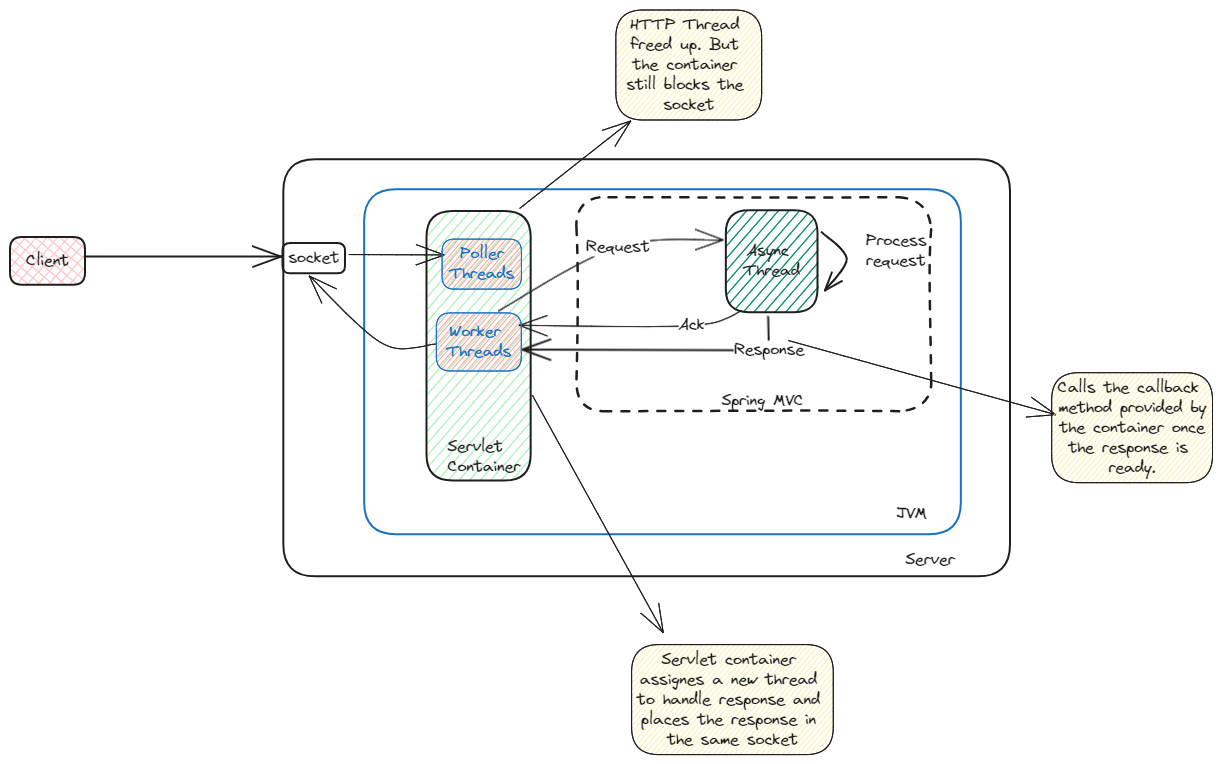
Above: static/img/async-http-servlets.excalidraw.png in swaroopar/inprogress-engineer (Excalidraw), before the change. Source tidied: one line per element, renumbered; positions are measured from the earlier drawing's top-left corner, leaving out a move shared by most shapes.
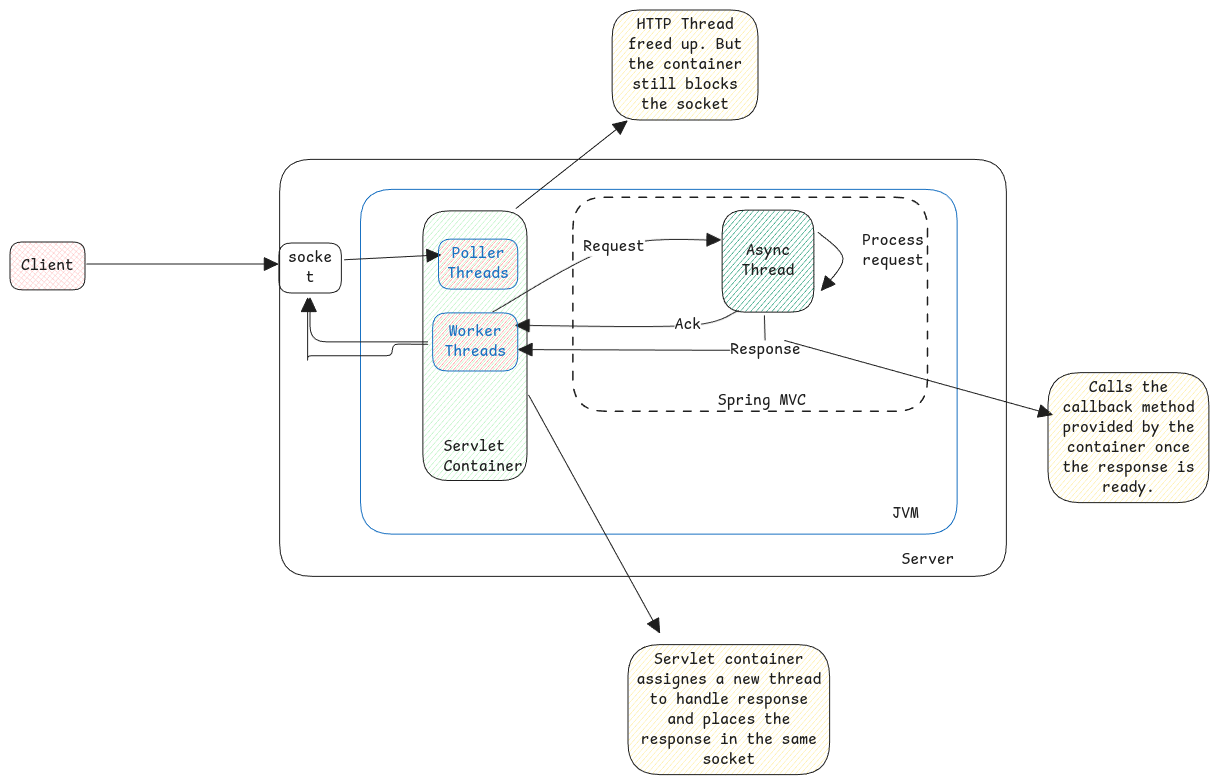
The same diagram one commit later.

Change to the diagram source:
```diff
@@ -1,38 +1,38 @@
-{"id": 0, "type": "rectangle", "strokeColor": "#1e1e1e", "backgroundColor": "#ffc9c9", "fillStyle": "cross-hatch", "strokeWidth": 2, "roughness": 0, "round": true, "x": 0, "y": 227, "width": 75, "height": 48}
+{"id": 0, "type": "rectangle", "strokeColor": "#1e1e1e", "backgroundColor": "#ffc9c9", "fillStyle": "cross-hatch", "strokeWidth": 1, "roughness": 0, "round": true, "x": 4, "y": 232, "width": 75, "height": 48}
-{"id": 1, "type": "text", "text": "Client", "strokeColor": "#1e1e1e", "strokeWidth": 2, "roughness": 1, "fontSize": 16, "fontFamily": 1, "textAlign": "center", "verticalAlign": "middle", "inside": 0, "x": 16, "y": 241, "width": 43, "height": 20}
+{"id": 1, "type": "text", "text": "Client", "strokeColor": "#1e1e1e", "strokeWidth": 2, "roughness": 1, "fontSize": 16, "fontFamily": 8, "textAlign": "center", "verticalAlign": "middle", "inside": 0, "x": 15, "y": 246, "width": 53, "height": 20}
-{"id": 2, "type": "rectangle", "strokeColor": "#1e1e1e", "backgroundColor": "#b2f2bb", "fillStyle": "hachure", "strokeWidth": 2, "roughness": 0, "round": true, "x": 416, "y": 201, "width": 104, "height": 270}
+{"id": 2, "type": "rectangle", "strokeColor": "#1e1e1e", "backgroundColor": "#b2f2bb", "fillStyle": "hachure", "strokeWidth": 1, "roughness": 0, "round": true, "x": 416, "y": 201, "width": 104, "height": 270}
-{"id": 3, "type": "text", "text": "Servlet\nContainer", "strokeColor": "#1e1e1e", "strokeWidth": 2, "roughness": 0, "fontSize": 16, "fontFamily": 1, "x": 437, "y": 427, "width": 73, "height": 40}
+{"id": 3, "type": "text", "text": "Servlet\nContainer", "strokeColor": "#1e1e1e", "strokeWidth": 1, "roughness": 0, "fontSize": 16, "fontFamily": 8, "x": 437, "y": 427, "width": 79, "height": 40}
-{"id": 4, "type": "rectangle", "strokeColor": "#1e1e1e", "backgroundColor": "#099268", "fillStyle": "hachure", "strokeWidth": 2, "roughness": 0, "round": true, "x": 716, "y": 200, "width": 92, "height": 102}
+{"id": 4, "type": "rectangle", "strokeColor": "#1e1e1e", "backgroundColor": "#099268", "fillStyle": "hachure", "strokeWidth": 1, "roughness": 0, "round": true, "x": 716, "y": 200, "width": 92, "height": 102}
-{"id": 5, "type": "text", "text": "Async \nThread", "strokeColor": "#1e1e1e", "strokeWidth": 2, "roughness": 1, "fontSize": 16, "fontFamily": 1, "textAlign": "center", "verticalAlign": "middle", "inside": 4, "x": 734, "y": 231, "width": 56, "height": 40}
+{"id": 5, "type": "text", "text": "Async\nThread", "strokeColor": "#1e1e1e", "strokeWidth": 2, "roughness": 1, "fontSize": 16, "fontFamily": 8, "textAlign": "center", "verticalAlign": "middle", "inside": 4, "x": 735, "y": 231, "width": 53, "height": 40}
-{"id": 6, "type": "arrow", "strokeColor": "#1e1e1e", "strokeWidth": 1, "roughness": 0, "endArrowhead": "arrow", "round": true, "from": 34, "to": 4, "x": 488, "y": 301, "width": 226, "height": 71, "points": [[0, 0], [120, -64], [226, -71]]}
+{"id": 6, "type": "arrow", "strokeColor": "#1e1e1e", "strokeWidth": 1, "roughness": 0, "endArrowhead": "triangle", "round": true, "from": 34, "to": 4, "x": 486, "y": 302, "width": 228, "height": 72, "points": [[0, 0], [122, -65], [228, -72]]}
-{"id": 7, "type": "text", "text": "Request", "strokeColor": "#1e1e1e", "strokeWidth": 2, "roughness": 1, "fontSize": 16, "fontFamily": 1, "textAlign": "center", "verticalAlign": "middle", "inside": 6, "x": 585, "y": 221, "width": 64, "height": 20}
+{"id": 7, "type": "text", "text": "Request", "strokeColor": "#1e1e1e", "strokeWidth": 2, "roughness": 1, "fontSize": 16, "fontFamily": 8, "textAlign": "center", "verticalAlign": "middle", "inside": 6, "x": 577, "y": 227, "width": 62, "height": 20}
-{"id": 8, "type": "rectangle", "strokeColor": "#1971c2", "strokeWidth": 2, "roughness": 0, "round": true, "x": 354, "y": 179, "width": 597, "height": 345}
+{"id": 8, "type": "rectangle", "strokeColor": "#1971c2", "strokeWidth": 1, "roughness": 0, "round": true, "x": 354, "y": 179, "width": 597, "height": 345}
-{"id": 9, "type": "text", "text": "JVM", "strokeColor": "#1e1e1e", "strokeWidth": 2, "roughness": 0, "fontSize": 16, "fontFamily": 1, "x": 886, "y": 494, "width": 31, "height": 20}
+{"id": 9, "type": "text", "text": "JVM", "strokeColor": "#1e1e1e", "strokeWidth": 1, "roughness": 0, "fontSize": 16, "fontFamily": 8, "x": 886, "y": 494, "width": 26, "height": 20}
-{"id": 10, "type": "rectangle", "strokeColor": "#1e1e1e", "strokeWidth": 2, "roughness": 0, "round": true, "x": 273, "y": 149, "width": 727, "height": 417}
+{"id": 10, "type": "rectangle", "strokeColor": "#1e1e1e", "strokeWidth": 1, "roughness": 0, "round": true, "x": 273, "y": 149, "width": 727, "height": 417}
-{"id": 11, "type": "text", "text": "Server", "strokeColor": "#1e1e1e", "strokeWidth": 2, "roughness": 0, "fontSize": 16, "fontFamily": 1, "x": 895, "y": 540, "width": 49, "height": 20}
+{"id": 11, "type": "text", "text": "Server", "strokeColor": "#1e1e1e", "strokeWidth": 1, "roughness": 0, "fontSize": 16, "fontFamily": 8, "x": 895, "y": 540, "width": 53, "height": 20}
-{"id": 12, "type": "rectangle", "strokeColor": "#1e1e1e", "strokeWidth": 2, "roughness": 0, "round": true, "x": 272, "y": 233, "width": 62, "height": 30}
+{"id": 12, "type": "rectangle", "strokeColor": "#1e1e1e", "strokeWidth": 1, "roughness": 0, "round": true, "x": 272, "y": 233, "width": 62, "height": 50}
-{"id": 13, "type": "text", "text": "socket", "strokeColor": "#1e1e1e", "strokeWidth": 2, "roughness": 1, "fontSize": 16, "fontFamily": 1, "textAlign": "center", "verticalAlign": "middle", "inside": 12, "x": 278, "y": 238, "width": 51, "height": 20}
+{"id": 13, "type": "text", "text": "socke\nt", "strokeColor": "#1e1e1e", "strokeWidth": 2, "roughness": 1, "fontSize": 16, "fontFamily": 8, "textAlign": "center", "verticalAlign": "middle", "inside": 12, "x": 282, "y": 238, "width": 44, "height": 40}
-{"id": 14, "type": "arrow", "strokeColor": "#1e1e1e", "strokeWidth": 2, "roughness": 0, "endArrowhead": "arrow", "round": true, "to": 12, "x": 75, "y": 247, "width": 197, "height": 0, "points": [[0, 0], [197, 0]]}
+{"id": 14, "type": "arrow", "strokeColor": "#1e1e1e", "strokeWidth": 1, "roughness": 0, "endArrowhead": "triangle", "round": true, "to": 12, "x": 80, "y": 254, "width": 191, "height": 0, "points": [[0, 0], [191, 0]]}
-{"id": 15, "type": "arrow", "strokeColor": "#1e1e1e", "strokeWidth": 2, "roughness": 0, "endArrowhead": "arrow", "round": true, "from": 4, "to": 4, "x": 812, "y": 222, "width": 25, "height": 58, "points": [[0, 0], [25, 26], [3, 58]]}
+{"id": 15, "type": "arrow", "strokeColor": "#1e1e1e", "strokeWidth": 1, "roughness": 0, "endArrowhead": "triangle", "round": true, "from": 4, "to": 4, "x": 812, "y": 222, "width": 25, "height": 58, "points": [[0, 0], [25, 26], [3, 58]]}
-{"id": 16, "type": "text", "text": "Process\nrequest", "strokeColor": "#1e1e1e", "strokeWidth": 2, "roughness": 0, "fontSize": 16, "fontFamily": 1, "x": 856, "y": 221, "width": 60, "height": 40}
+{"id": 16, "type": "text", "text": "Process\nrequest", "strokeColor": "#1e1e1e", "strokeWidth": 1, "roughness": 0, "fontSize": 16, "fontFamily": 8, "x": 856, "y": 221, "width": 62, "height": 40}
-{"id": 17, "type": "arrow", "strokeColor": "#1e1e1e", "strokeWidth": 2, "roughness": 0, "endArrowhead": "arrow", "from": 4, "to": 34, "x": 758, "y": 307, "width": 247, "height": 34, "points": [[0, 0], [1, 34], [-246, 33]]}
+{"id": 17, "type": "arrow", "strokeColor": "#1e1e1e", "strokeWidth": 1, "roughness": 0, "endArrowhead": "triangle", "from": 4, "to": 34, "x": 758, "y": 306, "width": 247, "height": 35, "points": [[0, 0], [1, 35], [-246, 34]]}
-{"id": 18, "type": "text", "text": "Response", "strokeColor": "#1e1e1e", "strokeWidth": 2, "roughness": 1, "fontSize": 16, "fontFamily": 1, "textAlign": "center", "verticalAlign": "middle", "inside": 17, "x": 733, "y": 373, "width": 70, "height": 20}
+{"id": 18, "type": "text", "text": "Response", "strokeColor": "#1e1e1e", "strokeWidth": 2, "roughness": 1, "fontSize": 16, "fontFamily": 8, "textAlign": "center", "verticalAlign": "middle", "inside": 17, "x": 724, "y": 330, "width": 70, "height": 20}
-{"id": 19, "type": "arrow", "strokeColor": "#1e1e1e", "strokeWidth": 1, "roughness": 0, "endArrowhead": "arrow", "round": true, "x": 732, "y": 300, "width": 223, "height": 15, "points": [[0, 0], [-51, 15], [-223, 15]]}
+{"id": 19, "type": "arrow", "strokeColor": "#1e1e1e", "strokeWidth": 1, "roughness": 0, "endArrowhead": "triangle", "round": true, "x": 732, "y": 300, "width": 223, "height": 15, "points": [[0, 0], [-51, 15], [-223, 15]]}
-{"id": 20, "type": "text", "text": "Ack", "strokeColor": "#1e1e1e", "strokeWidth": 1, "roughness": 1, "fontSize": 16, "fontFamily": 1, "textAlign": "center", "verticalAlign": "middle", "inside": 19, "x": 605, "y": 249, "width": 26, "height": 20}
+{"id": 20, "type": "text", "text": "Ack", "strokeColor": "#1e1e1e", "strokeWidth": 1, "roughness": 1, "fontSize": 16, "fontFamily": 8, "textAlign": "center", "verticalAlign": "middle", "inside": 19, "x": 668, "y": 305, "width": 26, "height": 20}
-{"id": 21, "type": "arrow", "strokeColor": "#1e1e1e", "strokeWidth": 1, "roughness": 0, "endArrowhead": "arrow", "round": true, "from": 12, "x": 339, "y": 245, "width": 95, "height": 0, "points": [[0, 0], [95, 0]]}
+{"id": 21, "type": "arrow", "strokeColor": "#1e1e1e", "strokeWidth": 1, "roughness": 0, "endArrowhead": "triangle", "round": true, "from": 12, "x": 338, "y": 250, "width": 96, "height": 5, "points": [[0, 0], [96, -5]]}
-{"id": 22, "type": "arrow", "strokeColor": "#1e1e1e", "strokeWidth": 1, "roughness": 0, "endArrowhead": "arrow", "round": true, "from": 34, "to": 12, "x": 426, "y": 334, "width": 127, "height": 68, "points": [[0, 0], [-53, -1], [-127, -68]]}
-{"id": 23, "type": "arrow", "strokeColor": "#1e1e1e", "strokeWidth": 1, "roughness": 0, "endArrowhead": "arrow", "round": true, "from": 2, "to": 24, "x": 510, "y": 198, "width": 111, "height": 87, "points": [[0, 0], [111, -87]]}
+{"id": 23, "type": "arrow", "strokeColor": "#1e1e1e", "strokeWidth": 1, "roughness": 0, "endArrowhead": "triangle", "round": true, "from": 2, "to": 24, "x": 510, "y": 198, "width": 111, "height": 87, "points": [[0, 0], [111, -87]]}
 {"id": 24, "type": "rectangle", "strokeColor": "#1e1e1e", "backgroundColor": "#ffec99", "fillStyle": "hachure", "strokeWidth": 1, "roughness": 0, "round": true, "x": 606, "y": 0, "width": 146, "height": 110}
-{"id": 25, "type": "text", "text": "HTTP Thread \nfreed up. But \nthe container \nstill blocks the \nsocket", "strokeColor": "#1e1e1e", "strokeWidth": 1, "roughness": 1, "fontSize": 16, "fontFamily": 1, "textAlign": "center", "verticalAlign": "middle", "inside": 24, "x": 616, "y": 5, "width": 125, "height": 100}
+{"id": 25, "type": "text", "text": "HTTP Thread\nfreed up. But\nthe container\nstill blocks\nthe socket", "strokeColor": "#1e1e1e", "strokeWidth": 1, "roughness": 1, "fontSize": 16, "fontFamily": 8, "textAlign": "center", "verticalAlign": "middle", "inside": 24, "x": 622, "y": 5, "width": 114, "height": 100}
-{"id": 26, "type": "arrow", "strokeColor": "#1e1e1e", "strokeWidth": 1, "roughness": 0, "endArrowhead": "arrow", "round": true, "x": 778, "y": 331, "width": 268, "height": 74, "points": [[0, 0], [268, 74]]}
+{"id": 26, "type": "arrow", "strokeColor": "#1e1e1e", "strokeWidth": 1, "roughness": 0, "endArrowhead": "triangle", "round": true, "x": 778, "y": 331, "width": 268, "height": 74, "points": [[0, 0], [268, 74]]}
-{"id": 27, "type": "rectangle", "strokeColor": "#1e1e1e", "backgroundColor": "#ffec99", "fillStyle": "hachure", "strokeWidth": 1, "roughness": 0, "round": true, "x": 1042, "y": 363, "width": 161, "height": 110}
+{"id": 27, "type": "rectangle", "strokeColor": "#1e1e1e", "backgroundColor": "#ffec99", "fillStyle": "hachure", "strokeWidth": 1, "roughness": 0, "round": true, "x": 1042, "y": 363, "width": 161, "height": 130}
-{"id": 28, "type": "text", "text": "Calls the callback \nmethod provided by\nthe container once\nthe response is \nready.", "strokeColor": "#1e1e1e", "strokeWidth": 1, "roughness": 1, "fontSize": 16, "fontFamily": 1, "textAlign": "center", "verticalAlign": "middle", "inside": 27, "x": 1047, "y": 368, "width": 150, "height": 100}
+{"id": 28, "type": "text", "text": "Calls the\ncallback method\nprovided by the\ncontainer once\nthe response is\nready.", "strokeColor": "#1e1e1e", "strokeWidth": 1, "roughness": 1, "fontSize": 16, "fontFamily": 8, "textAlign": "center", "verticalAlign": "middle", "inside": 27, "x": 1056, "y": 368, "width": 132, "height": 120}
-{"id": 29, "type": "arrow", "strokeColor": "#1e1e1e", "strokeWidth": 1, "roughness": 0, "endArrowhead": "arrow", "round": true, "from": 2, "to": 30, "x": 522, "y": 385, "width": 131, "height": 238, "points": [[0, 0], [131, 238]]}
+{"id": 29, "type": "arrow", "strokeColor": "#1e1e1e", "strokeWidth": 1, "roughness": 0, "endArrowhead": "triangle", "round": true, "from": 2, "to": 30, "x": 522, "y": 385, "width": 131, "height": 238, "points": [[0, 0], [131, 238]]}
-{"id": 30, "type": "rectangle", "strokeColor": "#1e1e1e", "backgroundColor": "#ffec99", "fillStyle": "hachure", "strokeWidth": 1, "roughness": 0, "round": true, "x": 622, "y": 635, "width": 202, "height": 110}
+{"id": 30, "type": "rectangle", "strokeColor": "#1e1e1e", "backgroundColor": "#ffec99", "fillStyle": "hachure", "strokeWidth": 1, "roughness": 0, "round": true, "x": 622, "y": 635, "width": 202, "height": 130}
-{"id": 31, "type": "text", "text": "Servlet container \nassignes a new thread \nto handle response and \nplaces the response in \nthe same socket", "strokeColor": "#1e1e1e", "strokeWidth": 1, "roughness": 0, "fontSize": 16, "fontFamily": 1, "textAlign": "center", "verticalAlign": "middle", "inside": 30, "x": 627, "y": 640, "width": 191, "height": 100}
+{"id": 31, "type": "text", "text": "Servlet container\nassignes a new thread\nto handle response\nand places the\nresponse in the same\nsocket", "strokeColor": "#1e1e1e", "strokeWidth": 1, "roughness": 0, "fontSize": 16, "fontFamily": 8, "textAlign": "center", "verticalAlign": "middle", "inside": 30, "x": 630, "y": 640, "width": 185, "height": 120}
 {"id": 32, "type": "rectangle", "strokeColor": "#1971c2", "backgroundColor": "#ff8787", "fillStyle": "hachure", "strokeWidth": 1, "roughness": 0, "round": true, "x": 432, "y": 229, "width": 79, "height": 50}
-{"id": 33, "type": "text", "text": "Poller\nThreads", "strokeColor": "#1971c2", "backgroundColor": "#ff8787", "fillStyle": "hachure", "strokeWidth": 1, "roughness": 0, "fontSize": 16, "fontFamily": 1, "textAlign": "center", "verticalAlign": "middle", "inside": 32, "x": 439, "y": 234, "width": 65, "height": 40}
+{"id": 33, "type": "text", "text": "Poller\nThreads", "strokeColor": "#1971c2", "backgroundColor": "#ff8787", "fillStyle": "hachure", "strokeWidth": 1, "roughness": 0, "fontSize": 16, "fontFamily": 8, "textAlign": "center", "verticalAlign": "middle", "inside": 32, "x": 441, "y": 234, "width": 62, "height": 40}
 {"id": 34, "type": "rectangle", "strokeColor": "#1971c2", "backgroundColor": "#ff8787", "fillStyle": "hachure", "strokeWidth": 1, "roughness": 0, "round": true, "x": 426, "y": 303, "width": 85, "height": 58}
-{"id": 35, "type": "text", "text": "Worker \nThreads", "strokeColor": "#1971c2", "backgroundColor": "#ff8787", "fillStyle": "hachure", "strokeWidth": 1, "roughness": 0, "fontSize": 16, "fontFamily": 1, "textAlign": "center", "verticalAlign": "middle", "inside": 34, "x": 436, "y": 312, "width": 65, "height": 40}
+{"id": 35, "type": "text", "text": "Worker\nThreads", "strokeColor": "#1971c2", "backgroundColor": "#ff8787", "fillStyle": "hachure", "strokeWidth": 1, "roughness": 0, "fontSize": 16, "fontFamily": 8, "textAlign": "center", "verticalAlign": "middle", "inside": 34, "x": 438, "y": 312, "width": 62, "height": 40}
-{"id": 36, "type": "rectangle", "strokeColor": "#1e1e1e", "strokeWidth": 2, "strokeStyle": "dashed", "roughness": 1, "round": true, "x": 567, "y": 187, "width": 355, "height": 214}
+{"id": 36, "type": "rectangle", "strokeColor": "#1e1e1e", "strokeWidth": 1, "strokeStyle": "dashed", "roughness": 0, "round": true, "x": 567, "y": 187, "width": 355, "height": 214}
-{"id": 37, "type": "text", "text": "Spring MVC", "strokeColor": "#1e1e1e", "strokeWidth": 2, "strokeStyle": "dashed", "roughness": 1, "fontSize": 16, "fontFamily": 1, "x": 712, "y": 381, "width": 82, "height": 20}
+{"id": 37, "type": "text", "text": "Spring MVC", "strokeColor": "#1e1e1e", "strokeWidth": 1, "strokeStyle": "dashed", "roughness": 0, "fontSize": 16, "fontFamily": 8, "x": 712, "y": 381, "width": 88, "height": 20}
+{"id": 38, "type": "arrow", "strokeColor": "#1e1e1e", "strokeWidth": 1, "roughness": 0, "endArrowhead": "triangle", "from": 34, "to": 12, "x": 421, "y": 332, "width": 118, "height": 44, "points": [[0, 0], [-118, 0], [-118, -44]]}
```
